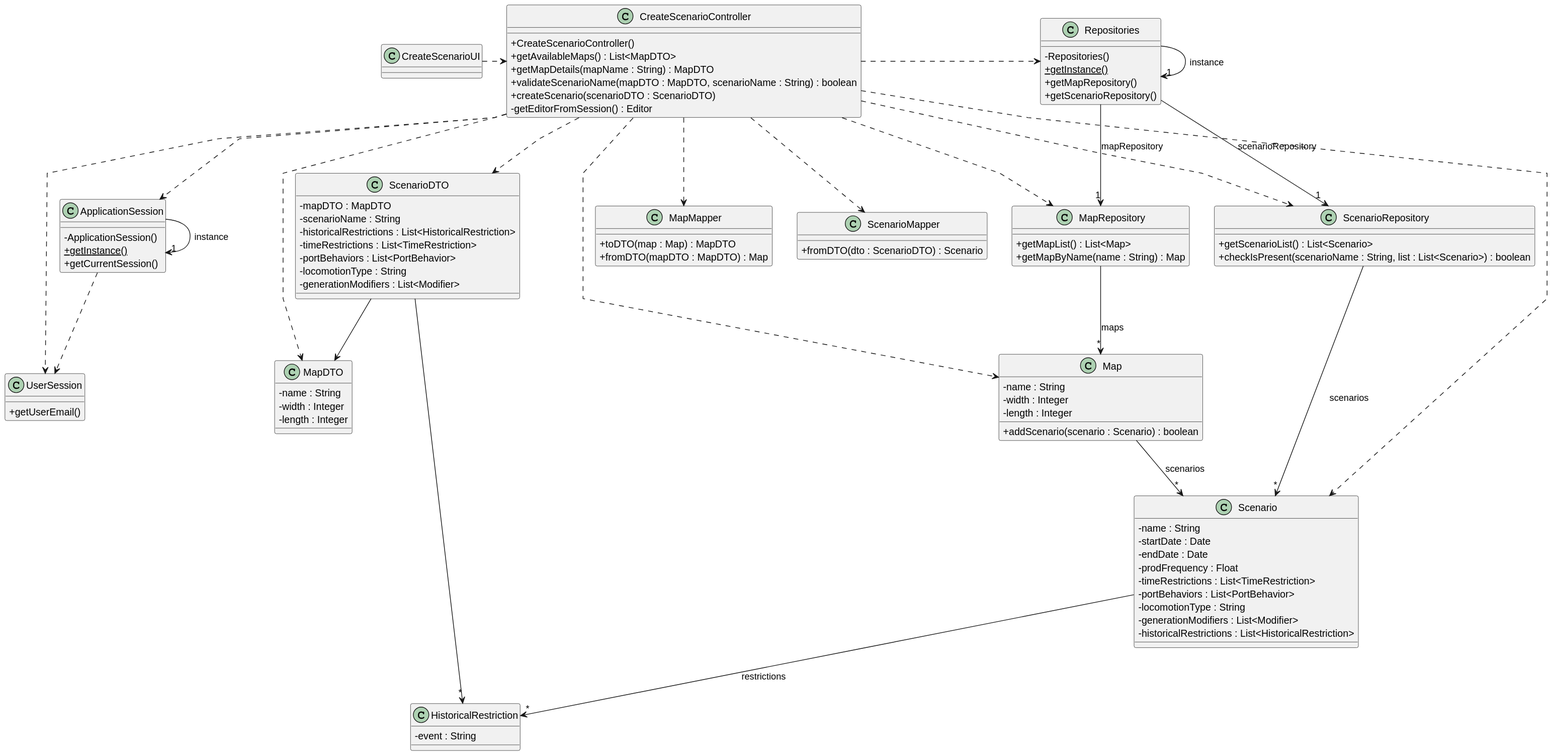
This is docs/system-documentation/sprint 3/US04/03.design/svg/US004-CD.svg from Educ00/mdisc-2425, a PlantUML export, as it was before one commit.
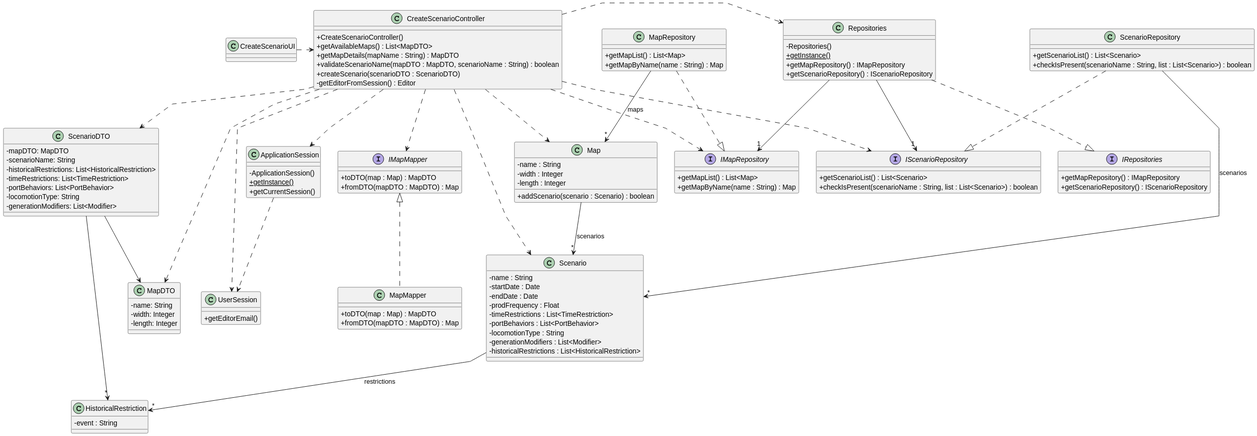
The same file after the commit.

What changed in the source:
```diff
@@ -5,98 +5,108 @@
 skinparam classAttributeIconSize 0
 
 
+  class MapDTO {
+    - name: String
+    - width: Integer
+    - length: Integer
+  }
+
+  class ScenarioDTO {
+    - mapDTO: MapDTO
+    - scenarioName: String
+    - historicalRestrictions: List<HistoricalRestriction>
+    - timeRestrictions: List<TimeRestriction>
+    - portBehaviors: List<PortBehavior>
+    - locomotionType: String
+    - generationModifiers: List<Modifier>
+  }
+
+
+class CreateScenarioUI
+
+class CreateScenarioController {
+  + CreateScenarioController()
+  + getAvailableMaps() : List<MapDTO>
+  + getMapDetails(mapName : String) : MapDTO
+  + validateScenarioName(mapDTO : MapDTO, scenarioName : String) : boolean
+  + createScenario(scenarioDTO : ScenarioDTO)
+  - getEditorFromSession() : Editor
+}
+
 class ApplicationSession {
-    - ApplicationSession()
-    + {static} getInstance()
-    + getCurrentSession()
+  - ApplicationSession()
+  + {static} getInstance()
+  + getCurrentSession()
 }
 
 class UserSession {
-    + getUserEmail()
+  + getEditorEmail()
 }
 
-class CreateScenarioUI {
-
+class Repositories {
+  - Repositories()
+  + {static} getInstance()
+  + getMapRepository() : IMapRepository
+  + getScenarioRepository() : IScenarioRepository
 }
 
-
-class CreateScenarioController {
-    + CreateScenarioController()
-    + getAvailableMaps() : List<MapDTO>
-    + getMapDetails(mapName : String) : MapDTO
-    + validateScenarioName(mapDTO : MapDTO, scenarioName : String) : boolean
-    + createScenario(scenarioDTO : ScenarioDTO)
-    - getEditorFromSession() : Editor
+interface IRepositories{
++ getMapRepository() : IMapRepository
+  + getScenarioRepository() : IScenarioRepository
 }
 
+interface IMapRepository {
+  + getMapList() : List<Map>
+  + getMapByName(name : String) : Map
+}
 
-class Repositories {
-    - Repositories()
-    + {static} getInstance()
-    + getMapRepository()
-    + getScenarioRepository()
+interface IScenarioRepository {
+  + getScenarioList() : List<Scenario>
+  + checkIsPresent(scenarioName : String, list : List<Scenario>) : boolean
 }
 
 class MapRepository {
-    + getMapList() : List<Map>
-    + getMapByName(name : String) : Map
+  + getMapList() : List<Map>
+  + getMapByName(name : String) : Map
 }
 
 class ScenarioRepository {
-    + getScenarioList() : List<Scenario>
-    + checkIsPresent(scenarioName : String, list : List<Scenario>) : boolean
+  + getScenarioList() : List<Scenario>
+  + checkIsPresent(scenarioName : String, list : List<Scenario>) : boolean
 }
 
-
 class Map {
-    - name : String
-    - width : Integer
-    - length : Integer
-    + addScenario(scenario : Scenario) : boolean
+  - name : String
+  - width : Integer
+  - length : Integer
+  + addScenario(scenario : Scenario) : boolean
 }
 
 class Scenario {
-    - name : String
-    - startDate : Date
-    - endDate : Date
-    - prodFrequency : Float
-    - timeRestrictions : List<TimeRestriction>
-    - portBehaviors : List<PortBehavior>
-    - locomotionType : String
-    - generationModifiers : List<Modifier>
-    - historicalRestrictions : List<HistoricalRestriction>
+  - name : String
+  - startDate : Date
+  - endDate : Date
+  - prodFrequency : Float
+  - timeRestrictions : List<TimeRestriction>
+  - portBehaviors : List<PortBehavior>
+  - locomotionType : String
+  - generationModifiers : List<Modifier>
+  - historicalRestrictions : List<HistoricalRestriction>
 }
 
 class HistoricalRestriction {
-    - event : String
+  - event : String
 }
 
-class MapDTO {
-    - name : String
-    - width : Integer
-    - length : Integer
+interface IMapMapper {
+  + toDTO(map : Map) : MapDTO
+  + fromDTO(mapDTO : MapDTO) : Map
 }
 
-class ScenarioDTO {
-    - mapDTO : MapDTO
-    - scenarioName : String
-    - historicalRestrictions : List<HistoricalRestriction>
-    - timeRestrictions : List<TimeRestriction>
-    - portBehaviors : List<PortBehavior>
-    - locomotionType : String
-    - generationModifiers : List<Modifier>
+class MapMapper {
+  + toDTO(map : Map) : MapDTO
+  + fromDTO(mapDTO : MapDTO) : Map
 }
-
-
-class MapMapper {
-    + toDTO(map : Map) : MapDTO
-    + fromDTO(mapDTO : MapDTO) : Map
-}
-
-class ScenarioMapper {
-    + fromDTO(dto : ScenarioDTO) : Scenario
-}
-
 
 CreateScenarioUI .> CreateScenarioController
 
@@ -106,17 +116,16 @@
 CreateScenarioController ..> ScenarioDTO
 CreateScenarioController ..> Map
 CreateScenarioController ..> Scenario
-CreateScenarioController ..> MapRepository
-CreateScenarioController ..> ScenarioRepository
 CreateScenarioController .> Repositories
-CreateScenarioController ..> MapMapper
-CreateScenarioController ..> ScenarioMapper
+CreateScenarioController ..> IMapMapper
+CreateScenarioController ..> IMapRepository
+CreateScenarioController ..> IScenarioRepository
 
-Repositories -> "1" Repositories : instance
-Repositories --> "1" MapRepository : mapRepository
-Repositories --> "1" ScenarioRepository : scenarioRepository
+Repositories --> "1" IMapRepository
+Repositories --> "1" IScenarioRepository
+MapRepository ..|> IMapRepository
+ScenarioRepository ..|> IScenarioRepository
 
-ApplicationSession -> "1" ApplicationSession : instance
 ApplicationSession ..> UserSession
 
 MapRepository --> "*" Map : maps
@@ -124,6 +133,8 @@
 Scenario --> "*" HistoricalRestriction : restrictions
 ScenarioDTO --> MapDTO
 ScenarioDTO --> "*" HistoricalRestriction
+Map --> "*" Scenario : scenarios
 
-Map --> "*" Scenario : scenarios
+IMapMapper <|.. MapMapper
+Repositories ..|> IRepositories
 @enduml
```
